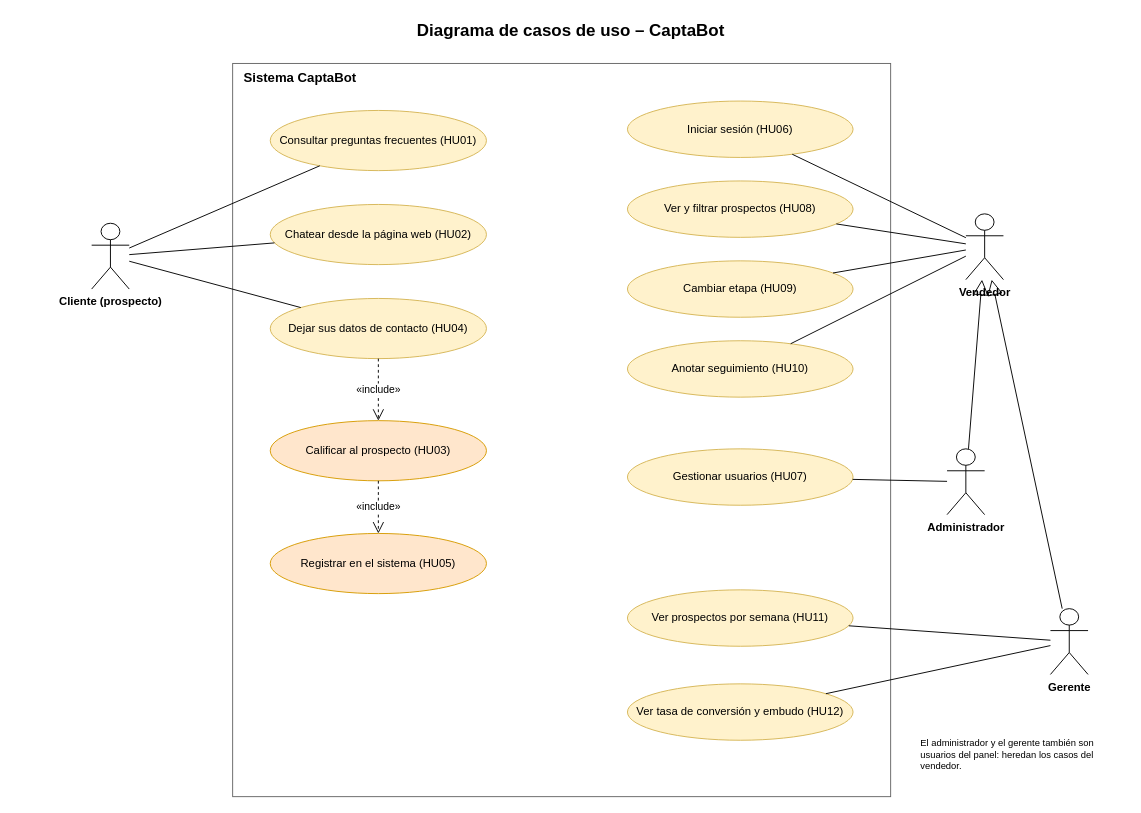
This is docs/diagramas/casos-de-uso.drawio from dwisardev/captabot-error404, a draw.io file, before an edit. Source tidied: cells renumbered, new cells numbered last; positions are measured from the earlier drawing's top-left corner, leaving out a move shared by most shapes. Both pictures are drawn from the tidied source at 94%, with x=0, y=0 at pixel (16, 16).
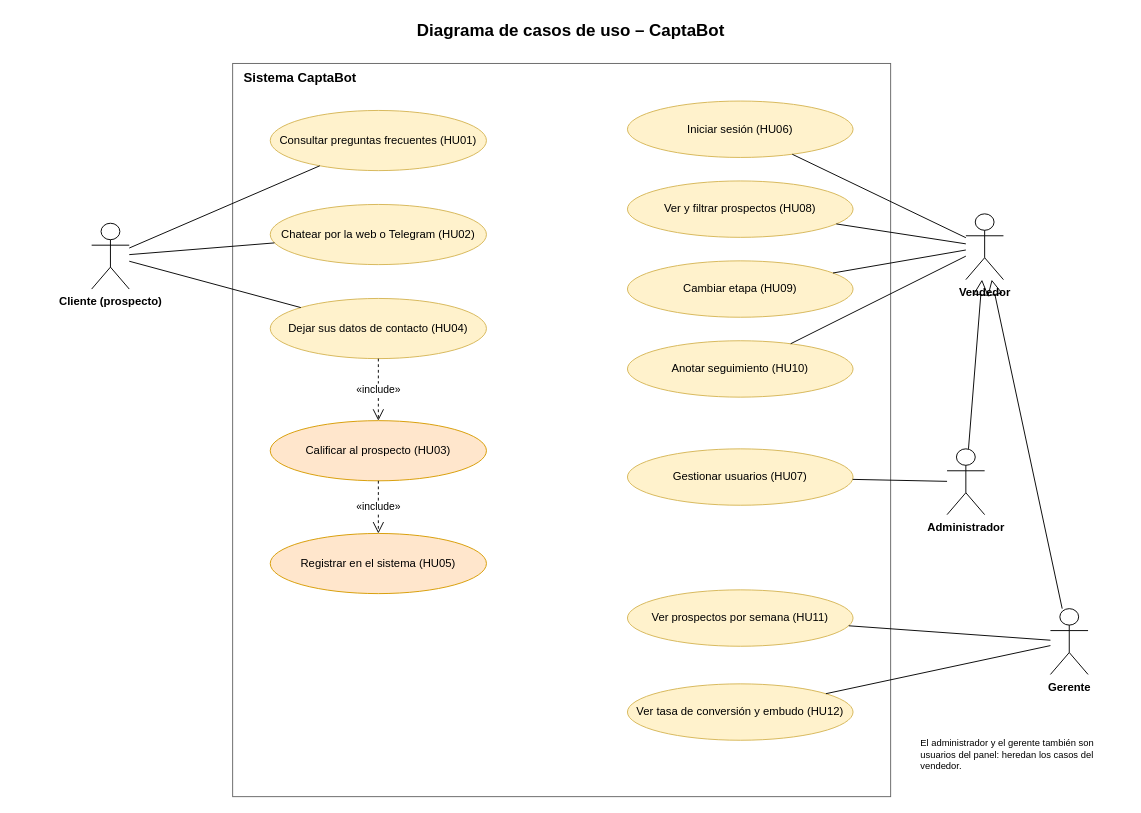
Above is the later version.

Commit message (it also covers changes not shown here):
SCRUM-13 Documenta el bot de Telegram y actualiza los diagramas y el plan de pruebas

Change to the diagram source:
```diff
@@
-    <mxCell id="9" value="Chatear desde la página web (HU02)" style="ellipse;whiteSpace=wrap;html=1;fillColor=#fff2cc;strokeColor=#d6b656;fontSize=12;" parent="1" vertex="1">
+    <mxCell id="9" value="Chatear por la web o Telegram (HU02)" style="ellipse;whiteSpace=wrap;html=1;fillColor=#fff2cc;strokeColor=#d6b656;fontSize=12;" parent="1" vertex="1">
       <mxGeometry x="270" y="200" width="230" height="64" as="geometry" />
     </mxCell>
```
